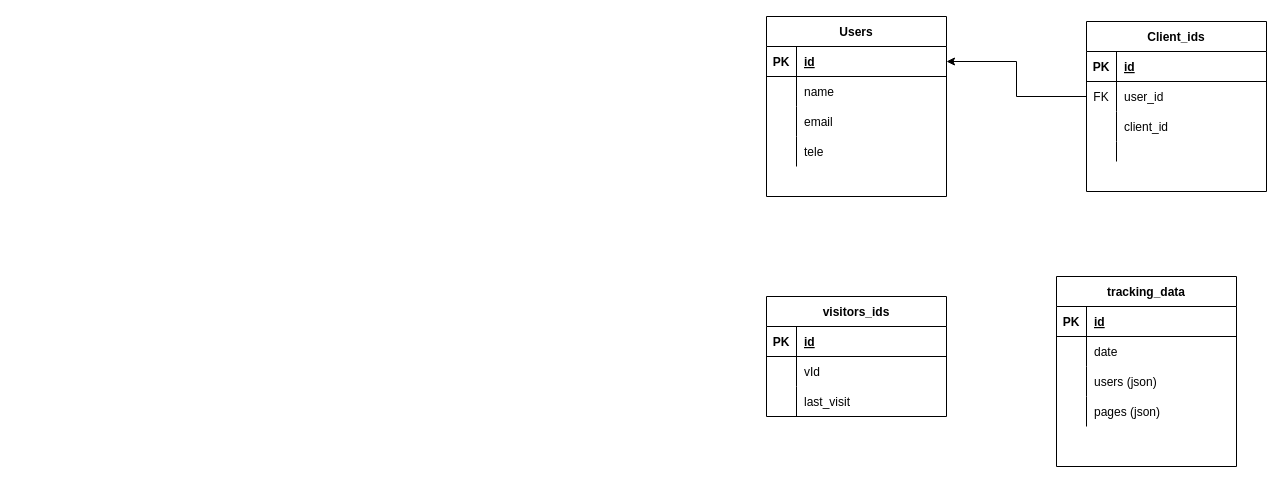
This is Tracking Diagram DB.drawio from hbenflouka/diagrames, a draw.io file, before an edit. Source tidied: cells renumbered, new cells numbered last; positions are measured from the earlier drawing's top-left corner, leaving out a move shared by most shapes. Both pictures are drawn from the tidied source at 100%, with x=0, y=0 at pixel (766, 16).
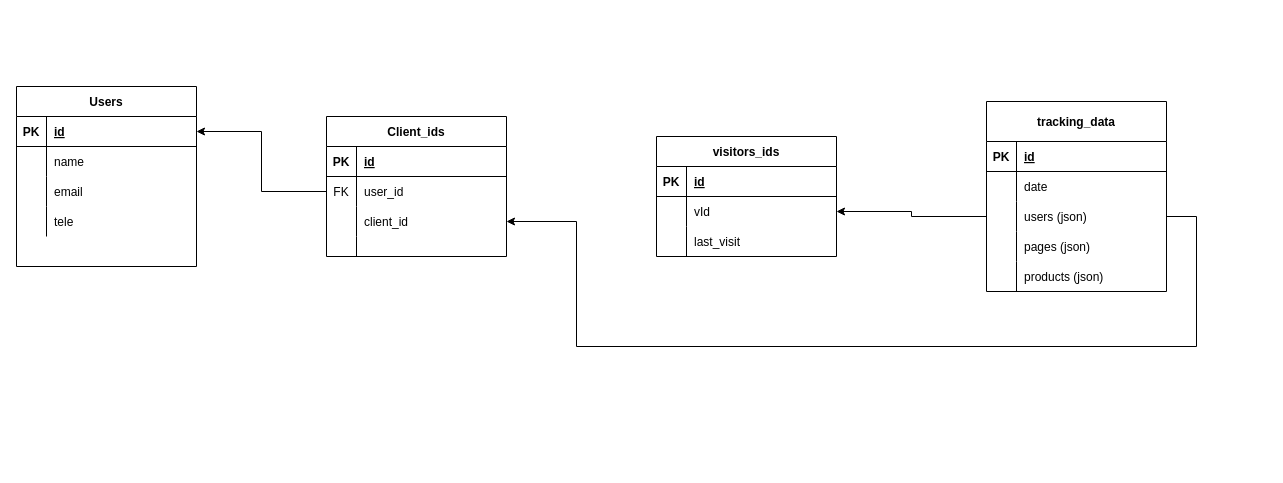
Above is the later version.

The change refers to these unchanged cells:
```xml
<mxCell id="22" style="shape=partialRectangle;fillColor=none;top=0;left=0;bottom=0;right=0;points=[[0,0.5],[1,0.5]];portConstraint=eastwest;" parent="15" vertex="1">
  <mxGeometry y="90" width="180" height="30" as="geometry" />
</mxCell>
<mxCell id="33" style="shape=partialRectangle;fillColor=none;top=0;left=0;bottom=0;right=0;points=[[0,0.5],[1,0.5]];portConstraint=eastwest;" parent="29" vertex="1">
  <mxGeometry y="60" width="180" height="30" as="geometry" />
</mxCell>
```

What changed in the source:
```diff
@@
     <mxCell id="2" value="Users" style="shape=table;startSize=30;childLayout=tableLayout;rowLines=0;fontStyle=1;align=center;" parent="1" vertex="1">
-      <mxGeometry width="180" height="180" as="geometry" />
+      <mxGeometry x="-750" y="70" width="180" height="180" as="geometry" />
     </mxCell>
@@
     <mxCell id="15" value="Client_ids" style="shape=table;startSize=30;childLayout=tableLayout;rowLines=0;fontStyle=1;align=center;" parent="1" vertex="1">
-      <mxGeometry x="320" y="5" width="180" height="170" as="geometry" />
+      <mxGeometry x="-440" y="100" width="180" height="140" as="geometry" />
     </mxCell>
@@
     <mxCell id="29" value="visitors_ids" style="shape=table;startSize=30;childLayout=tableLayout;rowLines=0;fontStyle=1;align=center;" parent="1" vertex="1">
-      <mxGeometry y="280" width="180" height="120" as="geometry" />
+      <mxGeometry x="-110" y="120" width="180" height="120" as="geometry" />
     </mxCell>
@@
-    <mxCell id="39" value="tracking_data" style="shape=table;startSize=30;childLayout=tableLayout;rowLines=0;fontStyle=1;align=center;" parent="1" vertex="1">
-      <mxGeometry x="290" y="260" width="180" height="190" as="geometry" />
+    <mxCell id="39" value="tracking_data" style="shape=table;startSize=40;childLayout=tableLayout;rowLines=0;fontStyle=1;align=center;" parent="1" vertex="1">
+      <mxGeometry x="220" y="85" width="180" height="190" as="geometry" />
     </mxCell>
     <mxCell id="40" style="shape=partialRectangle;fillColor=none;top=0;left=0;bottom=1;right=0;" parent="39" vertex="1">
-      <mxGeometry y="30" width="180" height="30" as="geometry" />
+      <mxGeometry y="40" width="180" height="30" as="geometry" />
     </mxCell>
@@
     <mxCell id="43" style="shape=partialRectangle;fillColor=none;top=0;left=0;bottom=0;right=0;" parent="39" vertex="1">
-      <mxGeometry y="60" width="180" height="30" as="geometry" />
+      <mxGeometry y="70" width="180" height="30" as="geometry" />
     </mxCell>
@@
     <mxCell id="46" style="shape=partialRectangle;fillColor=none;top=0;left=0;bottom=0;right=0;points=[[0,0.5],[1,0.5]];portConstraint=eastwest;" parent="39" vertex="1">
-      <mxGeometry y="90" width="180" height="30" as="geometry" />
+      <mxGeometry y="100" width="180" height="30" as="geometry" />
     </mxCell>
@@
     <mxCell id="49" style="shape=partialRectangle;fillColor=none;top=0;left=0;bottom=0;right=0;" parent="39" vertex="1">
-      <mxGeometry y="120" width="180" height="30" as="geometry" />
+      <mxGeometry y="130" width="180" height="30" as="geometry" />
     </mxCell>
@@
+    <mxCell id="52" style="shape=partialRectangle;fillColor=none;top=0;left=0;bottom=0;right=0;" parent="39" vertex="1">
+      <mxGeometry y="160" width="180" height="30" as="geometry" />
+    </mxCell>
+    <mxCell id="53" style="shape=partialRectangle;fillColor=none;top=0;left=0;bottom=0;right=0;fontStyle=0;overflow=hidden;" parent="52" vertex="1">
+      <mxGeometry width="30" height="30" as="geometry" />
+    </mxCell>
+    <mxCell id="54" value="products (json)" style="shape=partialRectangle;fillColor=none;top=0;left=0;bottom=0;right=0;align=left;spacingLeft=6;fontStyle=0;overflow=hidden;" parent="52" vertex="1">
+      <mxGeometry x="30" width="150" height="30" as="geometry" />
+    </mxCell>
+    <mxCell id="55" style="edgeStyle=orthogonalEdgeStyle;rounded=0;jettySize=auto;html=1;" parent="1" edge="1" source="46" target="33">
+      <mxGeometry relative="1" as="geometry" />
+    </mxCell>
+    <mxCell id="56" style="edgeStyle=orthogonalEdgeStyle;rounded=0;jettySize=auto;html=1;" parent="1" edge="1" source="46" target="22">
+      <mxGeometry relative="1" as="geometry">
+        <Array as="points">
+          <mxPoint x="430" y="200" />
+          <mxPoint x="430" y="330" />
+          <mxPoint x="-190" y="330" />
+          <mxPoint x="-190" y="205" />
+        </Array>
+      </mxGeometry>
+    </mxCell>
```
